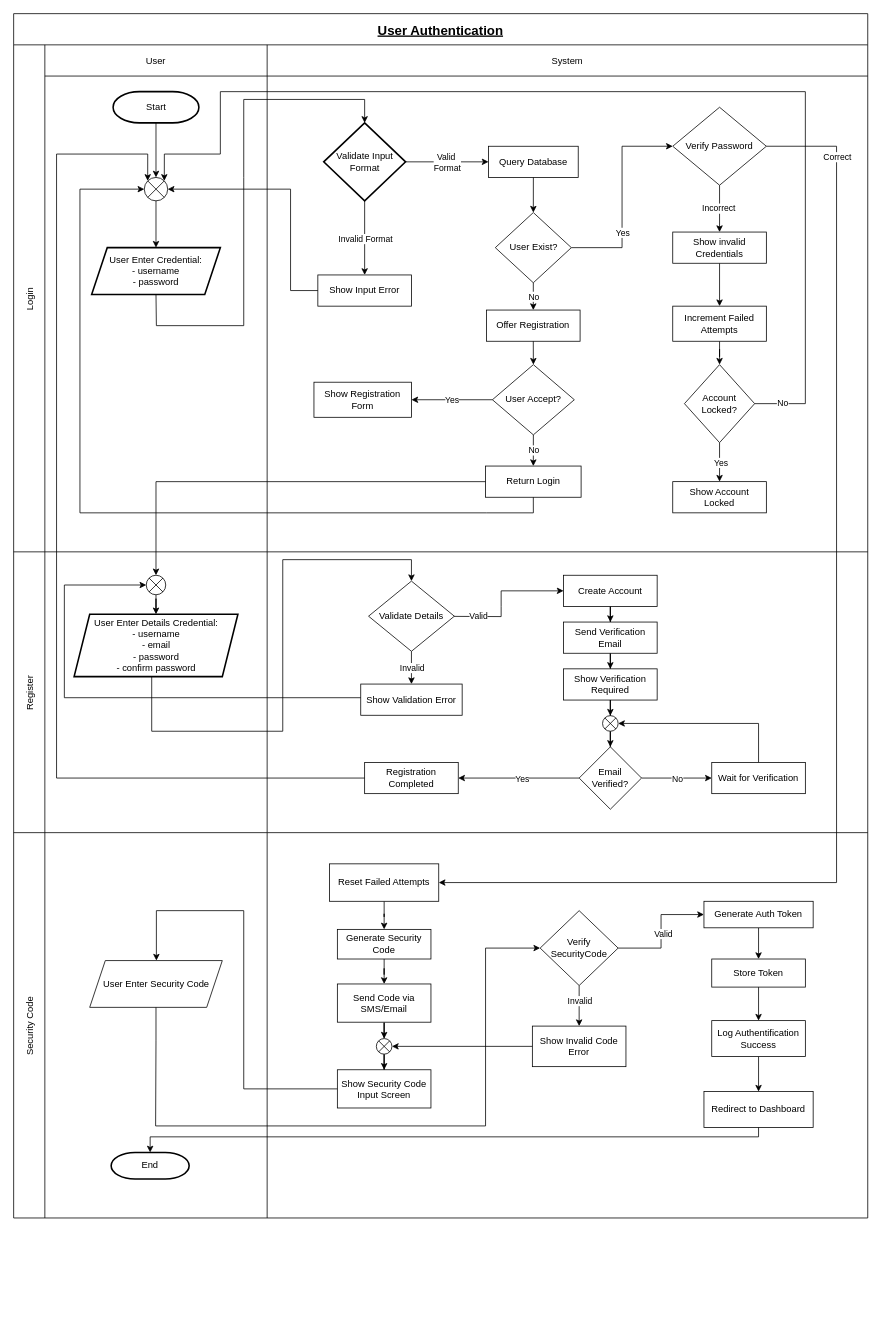
Before: page "Page-1" (1 of 2) of Untitled Diagram.drawio in amandzaa/revoubankBE, a draw.io diagram. Source tidied: cells renumbered, new cells numbered last; positions are measured from the earlier drawing's top-left corner, leaving out a move shared by most shapes. Both pictures are drawn from the tidied source at 78%, with x=0, y=0 at pixel (13, 13).
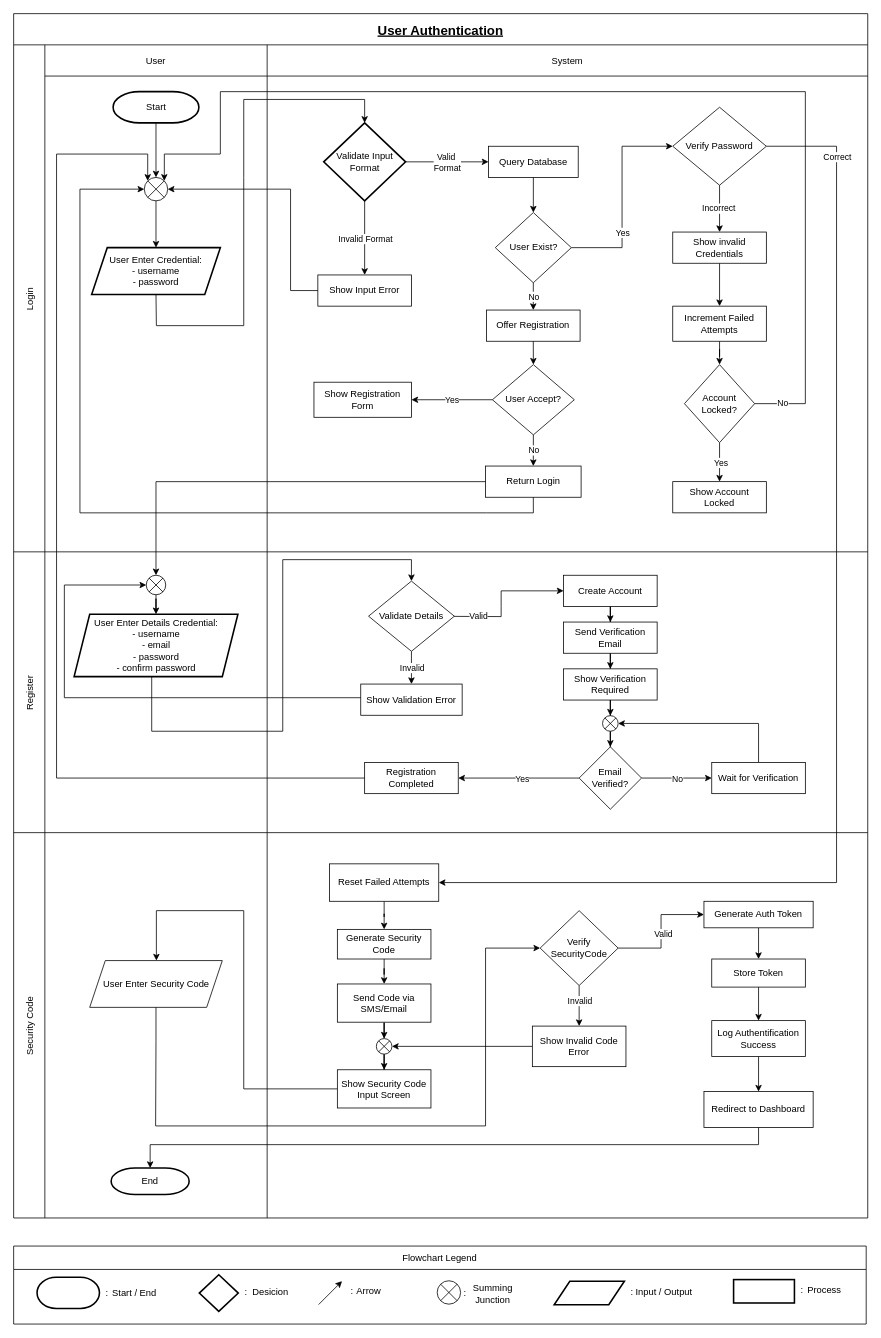
The same page after the edit.

Unchanged cells that the change refers to:
```xml
<mxCell id="79" value="Security Code" style="shape=tableRow;horizontal=0;swimlaneHead=0;swimlaneBody=0;top=0;left=0;strokeColor=inherit;bottom=0;right=0;fontStyle=0;fillColor=none;startSize=40;" parent="2" vertex="1">
  <mxGeometry y="1050" width="1095" height="494" as="geometry" />
</mxCell>
<mxCell id="80" style="swimlane;swimlaneHead=0;swimlaneBody=0;fontStyle=0;strokeColor=inherit;fillColor=none;startSize=0;" parent="79" vertex="1">
  <mxGeometry x="40" width="285" height="494" as="geometry" />
</mxCell>
<mxCell id="102" value="Redirect to Dashboard" style="whiteSpace=wrap;html=1;" parent="83" vertex="1">
  <mxGeometry x="560" y="332" width="140" height="46" as="geometry" />
</mxCell>
```

Change to the diagram source:
```diff
@@
-<mxGraphModel>
+<mxGraphModel background="#ffffff">
@@
     <mxCell id="82" value="End" style="strokeWidth=2;html=1;shape=mxgraph.flowchart.terminator;whiteSpace=wrap;" parent="80" vertex="1">
-      <mxGeometry x="85" y="410" width="100" height="34" as="geometry" />
+      <mxGeometry x="85" y="430" width="100" height="34" as="geometry" />
     </mxCell>
@@
     <mxCell id="108" style="edgeStyle=orthogonalEdgeStyle;rounded=0;jettySize=auto;html=1;entryX=0.5;entryY=0;entryDx=0;entryDy=0;entryPerimeter=0;" parent="79" edge="1" source="102" target="82">
       <mxGeometry relative="1" as="geometry">
         <Array as="points">
-          <mxPoint x="955" y="390" />
-          <mxPoint x="175" y="390" />
+          <mxPoint x="955" y="400" />
+          <mxPoint x="175" y="400" />
         </Array>
       </mxGeometry>
     </mxCell>
@@
+    <mxCell id="114" value="Flowchart Legend" style="shape=table;startSize=30;childLayout=tableLayout;" parent="1" vertex="1">
+      <mxGeometry y="1580" width="1093" height="100" as="geometry" />
+    </mxCell>
+    <mxCell id="115" style="shape=tableRow;horizontal=0;startSize=0;swimlaneHead=0;swimlaneBody=0;strokeColor=inherit;top=0;left=0;bottom=0;right=0;fillColor=none;" parent="114" vertex="1">
+      <mxGeometry y="30" width="1093" height="70" as="geometry" />
+    </mxCell>
+    <mxCell id="116" style="shape=partialRectangle;html=1;whiteSpace=wrap;strokeColor=inherit;overflow=hidden;fillColor=none;top=0;left=0;bottom=0;right=0;" parent="115" vertex="1">
+      <mxGeometry width="1093" height="70" as="geometry" />
+    </mxCell>
+    <mxCell id="117" style="strokeWidth=2;html=1;shape=mxgraph.flowchart.terminator;whiteSpace=wrap;" parent="1" vertex="1">
+      <mxGeometry x="30" y="1620" width="80" height="40" as="geometry" />
+    </mxCell>
+    <mxCell id="118" value="Start / End" style="text;html=1;align=center;verticalAlign=middle;whiteSpace=wrap;rounded=0;" parent="1" vertex="1">
+      <mxGeometry x="120" y="1625.5" width="70" height="30" as="geometry" />
+    </mxCell>
+    <mxCell id="119" value=":" style="text;html=1;align=center;verticalAlign=middle;whiteSpace=wrap;rounded=0;" parent="1" vertex="1">
+      <mxGeometry x="110" y="1625.5" width="20" height="30" as="geometry" />
+    </mxCell>
+    <mxCell id="120" style="shape=parallelogram;perimeter=parallelogramPerimeter;whiteSpace=wrap;html=1;fixedSize=1;strokeWidth=2;" parent="1" vertex="1">
+      <mxGeometry x="693" y="1625.2" width="90" height="30" as="geometry" />
+    </mxCell>
+    <mxCell id="121" value="Input / Output" style="text;html=1;align=center;verticalAlign=middle;whiteSpace=wrap;rounded=0;" parent="1" vertex="1">
+      <mxGeometry x="794" y="1623.8" width="80" height="30" as="geometry" />
+    </mxCell>
+    <mxCell id="122" value=":" style="text;html=1;align=center;verticalAlign=middle;whiteSpace=wrap;rounded=0;" parent="1" vertex="1">
+      <mxGeometry x="783" y="1623.8" width="20" height="30" as="geometry" />
+    </mxCell>
+    <mxCell id="123" style="endArrow=classic;html=1;rounded=0;" parent="1" edge="1">
+      <mxGeometry relative="1" as="geometry">
+        <mxPoint x="391" y="1655" as="sourcePoint" />
+        <mxPoint x="421" y="1625" as="targetPoint" />
+      </mxGeometry>
+    </mxCell>
+    <mxCell id="124" value="Arrow" style="text;html=1;align=center;verticalAlign=middle;whiteSpace=wrap;rounded=0;" parent="1" vertex="1">
+      <mxGeometry x="433" y="1622.5" width="45" height="30" as="geometry" />
+    </mxCell>
+    <mxCell id="125" value=":" style="text;html=1;align=center;verticalAlign=middle;whiteSpace=wrap;rounded=0;" parent="1" vertex="1">
+      <mxGeometry x="424" y="1622.5" width="20" height="30" as="geometry" />
+    </mxCell>
+    <mxCell id="126" style="strokeWidth=2;html=1;shape=mxgraph.flowchart.decision;whiteSpace=wrap;" parent="1" vertex="1">
+      <mxGeometry x="238" y="1616.8" width="50" height="47" as="geometry" />
+    </mxCell>
+    <mxCell id="127" value="Desicion" style="text;html=1;align=center;verticalAlign=middle;whiteSpace=wrap;rounded=0;" parent="1" vertex="1">
+      <mxGeometry x="302" y="1624" width="55" height="30" as="geometry" />
+    </mxCell>
+    <mxCell id="128" value=":" style="text;html=1;align=center;verticalAlign=middle;whiteSpace=wrap;rounded=0;" parent="1" vertex="1">
+      <mxGeometry x="288" y="1624" width="20" height="30" as="geometry" />
+    </mxCell>
+    <mxCell id="129" value="Summing Junction" style="text;html=1;align=center;verticalAlign=middle;whiteSpace=wrap;rounded=0;" parent="1" vertex="1">
+      <mxGeometry x="582" y="1625.5" width="65" height="30" as="geometry" />
+    </mxCell>
+    <mxCell id="130" value=":" style="text;html=1;align=center;verticalAlign=middle;whiteSpace=wrap;rounded=0;" parent="1" vertex="1">
+      <mxGeometry x="569" y="1625.5" width="20" height="30" as="geometry" />
+    </mxCell>
+    <mxCell id="131" style="rounded=0;whiteSpace=wrap;html=1;strokeWidth=2;" parent="1" vertex="1">
+      <mxGeometry x="923" y="1623" width="78" height="30" as="geometry" />
+    </mxCell>
+    <mxCell id="132" value="Process" style="text;html=1;align=center;verticalAlign=middle;whiteSpace=wrap;rounded=0;" parent="1" vertex="1">
+      <mxGeometry x="1012" y="1621.5" width="55" height="30" as="geometry" />
+    </mxCell>
+    <mxCell id="133" value=":" style="text;html=1;align=center;verticalAlign=middle;whiteSpace=wrap;rounded=0;" parent="1" vertex="1">
+      <mxGeometry x="1001" y="1621.5" width="20" height="30" as="geometry" />
+    </mxCell>
+    <mxCell id="134" style="verticalLabelPosition=bottom;verticalAlign=top;html=1;shape=mxgraph.flowchart.or;" parent="1" vertex="1">
+      <mxGeometry x="543" y="1624.5" width="30" height="30" as="geometry" />
+    </mxCell>
```
